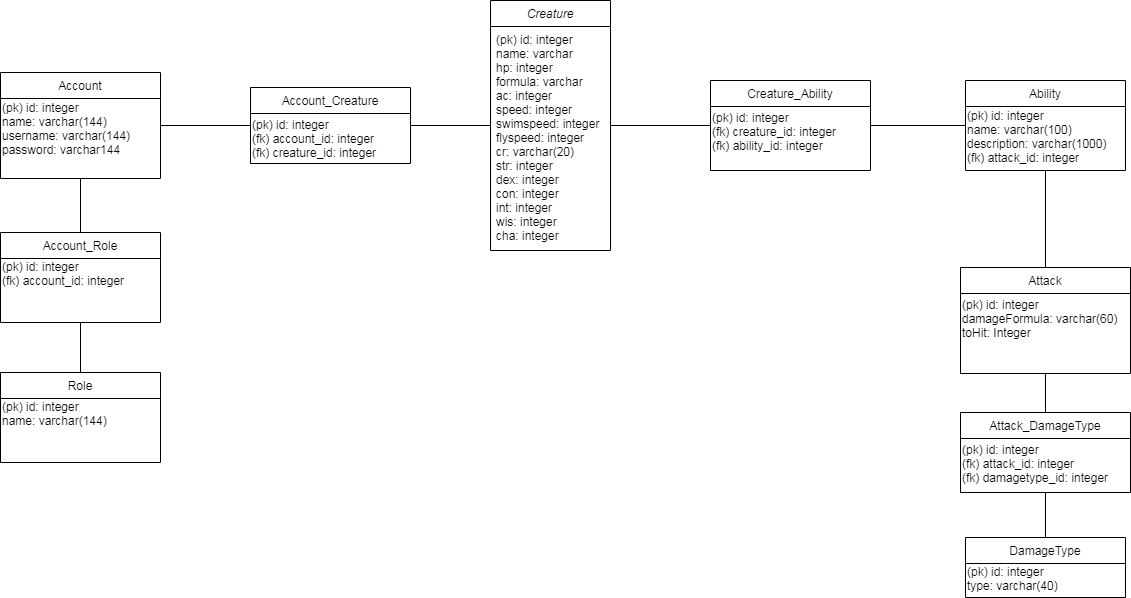
Earlier version of the draw.io export documentation/database_diagram.png (RadicalOyster/TSOHA-20). Source tidied: cells renumbered, new cells last; positions are measured from the earlier drawing's top-left corner, leaving out a move shared by most shapes.
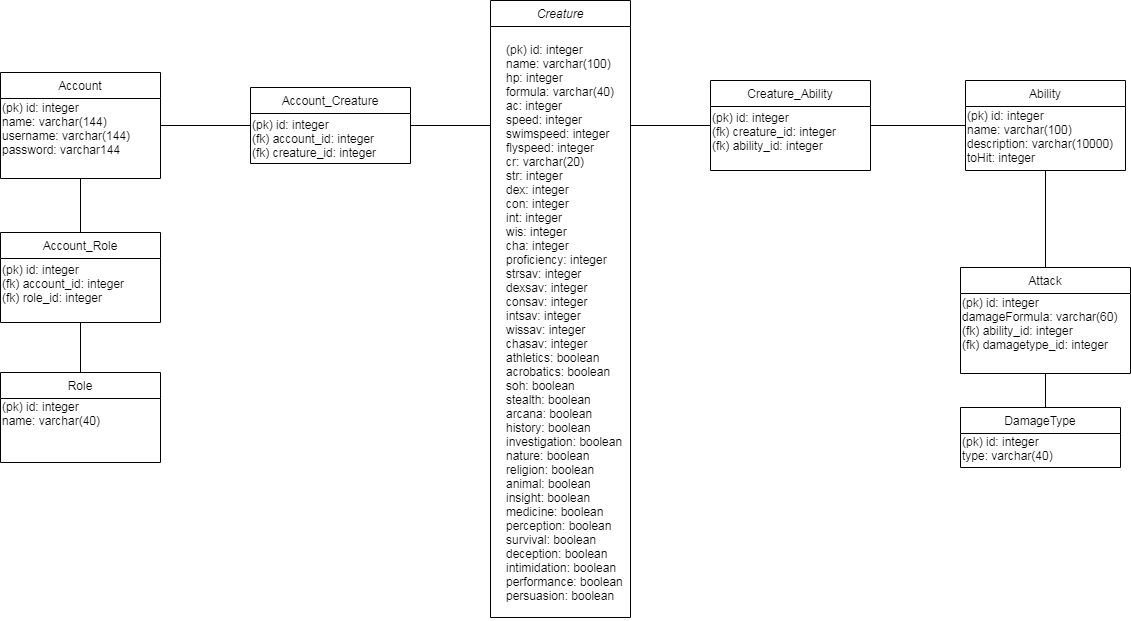
The same diagram one commit later.

What changed in the source:
```diff
@@ -8,20 +8,21 @@
     <mxCell id="3" style="endArrow=none;html=1;entryX=0.5;entryY=1;entryDx=0;entryDy=0;exitX=0.5;exitY=0;exitDx=0;exitDy=0;" parent="1" edge="1" source="13" target="11">
       <mxGeometry relative="1" as="geometry" />
     </mxCell>
-    <mxCell id="4" style="endArrow=none;html=1;entryX=0.5;entryY=1;entryDx=0;entryDy=0;exitX=0.5;exitY=0;exitDx=0;exitDy=0;" parent="1" edge="1" source="28" target="26">
-      <mxGeometry relative="1" as="geometry" />
+    <mxCell id="4" style="endArrow=none;html=1;entryX=0.5;entryY=1;entryDx=0;entryDy=0;exitX=0.5;exitY=0;exitDx=0;exitDy=0;" parent="1" edge="1" target="26">
+      <mxGeometry relative="1" as="geometry">
+        <mxPoint x="1045" y="412" as="sourcePoint" />
+      </mxGeometry>
     </mxCell>
-    <mxCell id="5" style="endArrow=none;html=1;entryX=0.5;entryY=1;entryDx=0;entryDy=0;exitX=0.5;exitY=0;exitDx=0;exitDy=0;" parent="1" edge="1" source="24" target="28">
-      <mxGeometry relative="1" as="geometry" />
-    </mxCell>
     <mxCell id="6" style="endArrow=none;html=1;entryX=0;entryY=0.5;entryDx=0;entryDy=0;exitX=1;exitY=0.5;exitDx=0;exitDy=0;" parent="1" edge="1" source="9" target="15">
       <mxGeometry relative="1" as="geometry" />
     </mxCell>
-    <mxCell id="7" style="endArrow=none;html=1;exitX=1;exitY=0.24;exitDx=0;exitDy=0;exitPerimeter=0;entryX=0;entryY=0.5;entryDx=0;entryDy=0;" parent="1" edge="1" source="16" target="17">
-      <mxGeometry relative="1" as="geometry" />
+    <mxCell id="7" style="endArrow=none;html=1;exitX=1;exitY=0.24;exitDx=0;exitDy=0;exitPerimeter=0;" parent="1" edge="1" source="16">
+      <mxGeometry relative="1" as="geometry">
+        <mxPoint x="490" y="125" as="targetPoint" />
+      </mxGeometry>
     </mxCell>
-    <mxCell id="8" value="(pk) id: integer&#10;name: varchar&#10;hp: integer&#10;formula: varchar&#10;ac: integer&#10;speed: integer&#10;swimspeed: integer&#10;flyspeed: integer&#10;cr: varchar(20)&#10;str: integer&#10;dex: integer&#10;con: integer&#10;int: integer&#10;wis: integer&#10;cha: integer" style="text;align=left;verticalAlign=top;spacingLeft=4;spacingRight=4;overflow=hidden;" parent="1" vertex="1">
-      <mxGeometry x="490" y="26" width="120" height="224" as="geometry" />
+    <mxCell id="8" value="(pk) id: integer&#10;name: varchar(100)&#10;hp: integer&#10;formula: varchar(40)&#10;ac: integer&#10;speed: integer&#10;swimspeed: integer&#10;flyspeed: integer&#10;cr: varchar(20)&#10;str: integer&#10;dex: integer&#10;con: integer&#10;int: integer&#10;wis: integer&#10;cha: integer&#10;proficiency: integer&#10;strsav: integer&#10;dexsav: integer&#10;consav: integer&#10;intsav: integer&#10;wissav: integer&#10;chasav: integer&#10;athletics: boolean&#10;acrobatics: boolean&#10;soh: boolean&#10;stealth: boolean&#10;arcana: boolean&#10;history: boolean&#10;investigation: boolean&#10;nature: boolean&#10;religion: boolean&#10;animal: boolean&#10;insight: boolean&#10;medicine: boolean&#10;perception: boolean&#10;survival: boolean&#10;deception: boolean&#10;intimidation: boolean&#10;performance: boolean&#10;persuasion: boolean&#10;" style="text;align=left;verticalAlign=top;spacingLeft=4;spacingRight=4;overflow=hidden;" parent="1" vertex="1">
+      <mxGeometry x="500" y="36" width="130" height="581" as="geometry" />
     </mxCell>
     <mxCell id="9" value="Account" style="swimlane;fontStyle=0;align=center;verticalAlign=top;horizontal=1;startSize=26;rounded=0;shadow=0;strokeWidth=1;" parent="1" vertex="1">
       <mxGeometry y="72" width="160" height="106" as="geometry" />
@@ -32,13 +33,13 @@
     <mxCell id="11" value="Account_Role" style="swimlane;fontStyle=0;align=center;verticalAlign=top;horizontal=1;startSize=26;rounded=0;shadow=0;strokeWidth=1;" parent="1" vertex="1">
       <mxGeometry y="232" width="160" height="90" as="geometry" />
     </mxCell>
-    <mxCell id="12" value="(pk) id: integer&lt;br&gt;(fk) account_id: integer" style="text;html=1;align=left;verticalAlign=middle;" parent="11" vertex="1">
-      <mxGeometry y="26" width="160" height="30" as="geometry" />
+    <mxCell id="12" value="(pk) id: integer&lt;br&gt;(fk) account_id: integer&lt;br&gt;(fk) role_id: integer" style="text;html=1;align=left;verticalAlign=middle;" parent="11" vertex="1">
+      <mxGeometry y="26" width="160" height="50" as="geometry" />
     </mxCell>
     <mxCell id="13" value="Role" style="swimlane;fontStyle=0;align=center;verticalAlign=top;horizontal=1;startSize=26;rounded=0;shadow=0;strokeWidth=1;" parent="1" vertex="1">
       <mxGeometry y="372" width="160" height="90" as="geometry" />
     </mxCell>
-    <mxCell id="14" value="(pk) id: integer&lt;br&gt;name: varchar(144)" style="text;html=1;align=left;verticalAlign=middle;" parent="13" vertex="1">
+    <mxCell id="14" value="(pk) id: integer&lt;br&gt;name: varchar(40)" style="text;html=1;align=left;verticalAlign=middle;" parent="13" vertex="1">
       <mxGeometry y="26" width="160" height="30" as="geometry" />
     </mxCell>
     <mxCell id="15" value="Account_Creature" style="swimlane;fontStyle=0;align=center;verticalAlign=top;horizontal=1;startSize=26;rounded=0;shadow=0;strokeWidth=1;" parent="1" vertex="1">
@@ -48,10 +49,12 @@
       <mxGeometry y="26" width="160" height="50" as="geometry" />
     </mxCell>
     <mxCell id="17" value="Creature" style="swimlane;fontStyle=2;align=center;verticalAlign=top;horizontal=1;startSize=26;rounded=0;shadow=0;strokeWidth=1;" parent="1" vertex="1">
-      <mxGeometry x="490" width="120" height="250" as="geometry" />
+      <mxGeometry x="490" width="140" height="617" as="geometry" />
     </mxCell>
-    <mxCell id="18" style="endArrow=none;html=1;exitX=1;exitY=0.5;exitDx=0;exitDy=0;entryX=0;entryY=0.5;entryDx=0;entryDy=0;" parent="1" edge="1" source="17" target="20">
-      <mxGeometry relative="1" as="geometry" />
+    <mxCell id="18" style="endArrow=none;html=1;entryX=0;entryY=0.5;entryDx=0;entryDy=0;" parent="1" edge="1" target="20">
+      <mxGeometry relative="1" as="geometry">
+        <mxPoint x="630" y="125" as="sourcePoint" />
+      </mxGeometry>
     </mxCell>
     <mxCell id="19" style="endArrow=none;html=1;exitX=0.5;exitY=1;exitDx=0;exitDy=0;entryX=0.5;entryY=0;entryDx=0;entryDy=0;" parent="1" edge="1" source="22" target="26">
       <mxGeometry relative="1" as="geometry" />
@@ -65,29 +68,23 @@
     <mxCell id="22" value="Ability&#10;" style="swimlane;fontStyle=0;align=center;verticalAlign=top;horizontal=1;startSize=26;rounded=0;shadow=0;strokeWidth=1;" parent="1" vertex="1">
       <mxGeometry x="965" y="80" width="160" height="90" as="geometry" />
     </mxCell>
-    <mxCell id="23" value="(pk) id: integer&lt;br&gt;name: varchar(100)&lt;br&gt;description: varchar(1000)&lt;br&gt;(fk) attack_id: integer" style="text;html=1;align=left;verticalAlign=middle;" parent="22" vertex="1">
+    <mxCell id="23" value="(pk) id: integer&lt;br&gt;name: varchar(100)&lt;br&gt;description: varchar(10000)&lt;br&gt;toHit: integer" style="text;html=1;align=left;verticalAlign=middle;" parent="22" vertex="1">
       <mxGeometry y="26" width="160" height="60" as="geometry" />
     </mxCell>
+    <mxCell id="26" value="Attack" style="swimlane;fontStyle=0;align=center;verticalAlign=top;horizontal=1;startSize=26;rounded=0;shadow=0;strokeWidth=1;" parent="1" vertex="1">
+      <mxGeometry x="960" y="267" width="170" height="106" as="geometry" />
+    </mxCell>
+    <mxCell id="27" value="(pk) id: integer&lt;br&gt;damageFormula: varchar(60)&lt;br&gt;(fk) ability_id: integer&lt;br&gt;(fk) damagetype_id: integer" style="text;html=1;align=left;verticalAlign=middle;" parent="26" vertex="1">
+      <mxGeometry y="26" width="170" height="60" as="geometry" />
+    </mxCell>
+    <mxCell id="30" style="endArrow=none;html=1;entryX=0;entryY=0.5;entryDx=0;entryDy=0;exitX=1;exitY=0.5;exitDx=0;exitDy=0;" parent="1" edge="1" source="20" target="22">
+      <mxGeometry relative="1" as="geometry" />
+    </mxCell>
     <mxCell id="24" value="DamageType" style="swimlane;fontStyle=0;align=center;verticalAlign=top;horizontal=1;startSize=26;rounded=0;shadow=0;strokeWidth=1;" parent="1" vertex="1">
-      <mxGeometry x="965" y="537" width="160" height="60" as="geometry" />
+      <mxGeometry x="960" y="407" width="160" height="60" as="geometry" />
     </mxCell>
     <mxCell id="25" value="(pk) id: integer&lt;br&gt;type: varchar(40)" style="text;html=1;align=left;verticalAlign=middle;" parent="24" vertex="1">
       <mxGeometry y="26" width="160" height="30" as="geometry" />
     </mxCell>
-    <mxCell id="26" value="Attack" style="swimlane;fontStyle=0;align=center;verticalAlign=top;horizontal=1;startSize=26;rounded=0;shadow=0;strokeWidth=1;" parent="1" vertex="1">
-      <mxGeometry x="960" y="267" width="170" height="106" as="geometry" />
-    </mxCell>
-    <mxCell id="27" value="(pk) id: integer&lt;br&gt;damageFormula: varchar(60)&lt;br&gt;toHit: Integer" style="text;html=1;align=left;verticalAlign=middle;" parent="26" vertex="1">
-      <mxGeometry y="26" width="170" height="50" as="geometry" />
-    </mxCell>
-    <mxCell id="28" value="Attack_DamageType" style="swimlane;fontStyle=0;align=center;verticalAlign=top;horizontal=1;startSize=26;rounded=0;shadow=0;strokeWidth=1;" parent="1" vertex="1">
-      <mxGeometry x="960" y="412" width="170" height="80" as="geometry" />
-    </mxCell>
-    <mxCell id="29" value="(pk) id: integer&lt;br&gt;(fk) attack_id: integer&lt;br&gt;(fk) damagetype_id: integer" style="text;html=1;align=left;verticalAlign=middle;" parent="28" vertex="1">
-      <mxGeometry y="26" width="170" height="50" as="geometry" />
-    </mxCell>
-    <mxCell id="30" style="endArrow=none;html=1;entryX=0;entryY=0.5;entryDx=0;entryDy=0;exitX=1;exitY=0.5;exitDx=0;exitDy=0;" parent="1" edge="1" source="20" target="22">
-      <mxGeometry relative="1" as="geometry" />
-    </mxCell>
   </root>
 </mxGraphModel>
```
